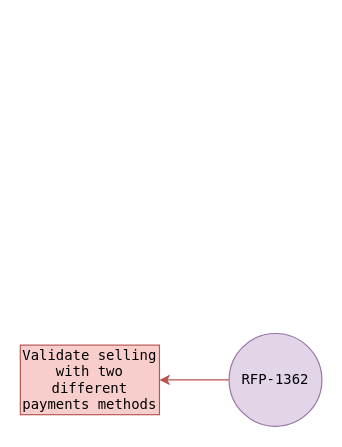
Before: work/rca/RFP-1362-MindMap.drawio in JoaoDiasDev/mind-maps, a draw.io diagram. Source tidied: cells renumbered, new cells numbered last; positions are measured from the earlier drawing's top-left corner, leaving out a move shared by most shapes. Both pictures are drawn from the tidied source at 116%, with x=0, y=0 at pixel (20, 333).
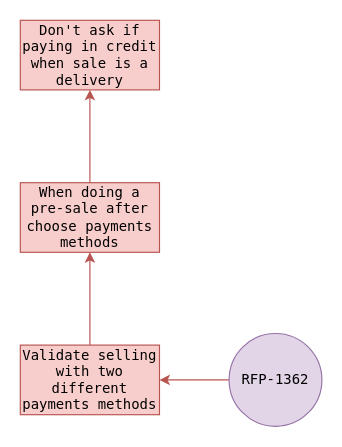
Above is the later version.

Diff of the diagram source:
```diff
@@
 <mxGraphModel>
   <root>
     <mxCell id="0" />
     <mxCell id="1" parent="0" />
     <mxCell id="2" style="edgeStyle=orthogonalEdgeStyle;rounded=0;jettySize=auto;html=1;fillColor=#f8cecc;strokeColor=#b85450;" parent="1" edge="1" source="3" target="4">
       <mxGeometry relative="1" as="geometry" />
     </mxCell>
     <mxCell id="3" value="RFP-1362" style="ellipse;whiteSpace=wrap;html=1;fillColor=#e1d5e7;strokeColor=#9673a6;fontFamily=Lucida Console;" parent="1" vertex="1">
       <mxGeometry x="180" width="80" height="80" as="geometry" />
     </mxCell>
+    <mxCell id="5" style="edgeStyle=orthogonalEdgeStyle;rounded=0;jettySize=auto;html=1;fillColor=#f8cecc;strokeColor=#b85450;" parent="1" edge="1" source="4" target="7">
+      <mxGeometry relative="1" as="geometry" />
+    </mxCell>
     <mxCell id="4" value="Validate selling with two different payments methods" style="whiteSpace=wrap;html=1;fontFamily=Lucida Console;fillColor=#f8cecc;strokeColor=#b85450;" parent="1" vertex="1">
       <mxGeometry y="10" width="120" height="60" as="geometry" />
     </mxCell>
+    <mxCell id="6" style="edgeStyle=orthogonalEdgeStyle;rounded=0;jettySize=auto;html=1;fillColor=#f8cecc;strokeColor=#b85450;" parent="1" edge="1" source="7" target="8">
+      <mxGeometry relative="1" as="geometry" />
+    </mxCell>
+    <mxCell id="7" value="When doing a pre-sale after choose payments methods" style="whiteSpace=wrap;html=1;fontFamily=Lucida Console;fillColor=#f8cecc;strokeColor=#b85450;" parent="1" vertex="1">
+      <mxGeometry y="-130" width="120" height="60" as="geometry" />
+    </mxCell>
+    <mxCell id="8" value="Don't ask if paying in credit when sale is a delivery" style="whiteSpace=wrap;html=1;fontFamily=Lucida Console;fillColor=#f8cecc;strokeColor=#b85450;" parent="1" vertex="1">
+      <mxGeometry y="-270" width="120" height="60" as="geometry" />
+    </mxCell>
   </root>
 </mxGraphModel>
```
